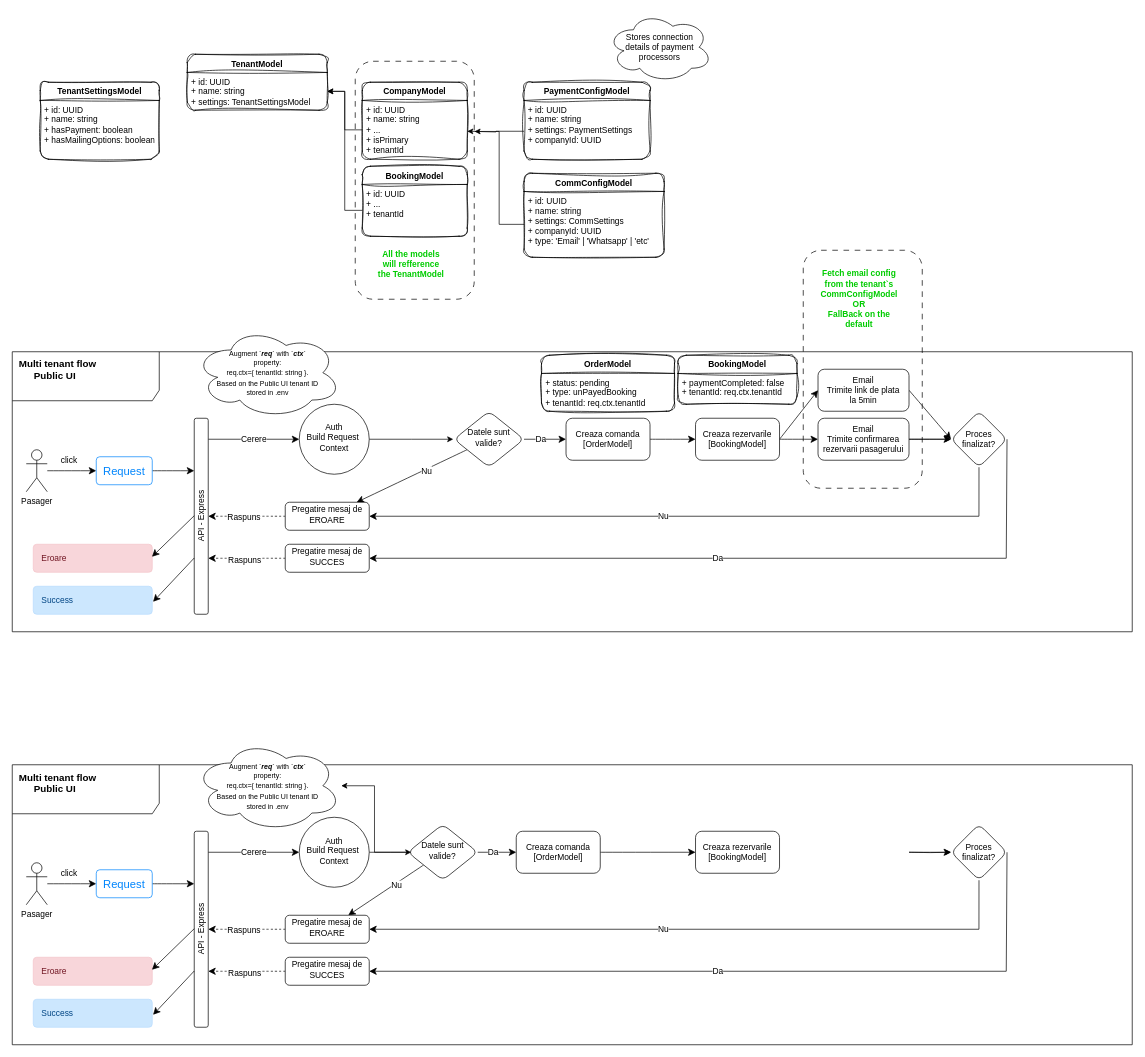
Earlier version of the draw.io diagram page "Multitenant" (4 of 5) of GBS/GBS_Booking_flow.drawio (maxCheptea/Diagrams). Source tidied: cells renumbered, new cells numbered last; positions are measured from the earlier drawing's top-left corner, leaving out a move shared by most shapes. Both pictures are drawn from the tidied source at 70%, with x=0, y=0 at pixel (12, 12).
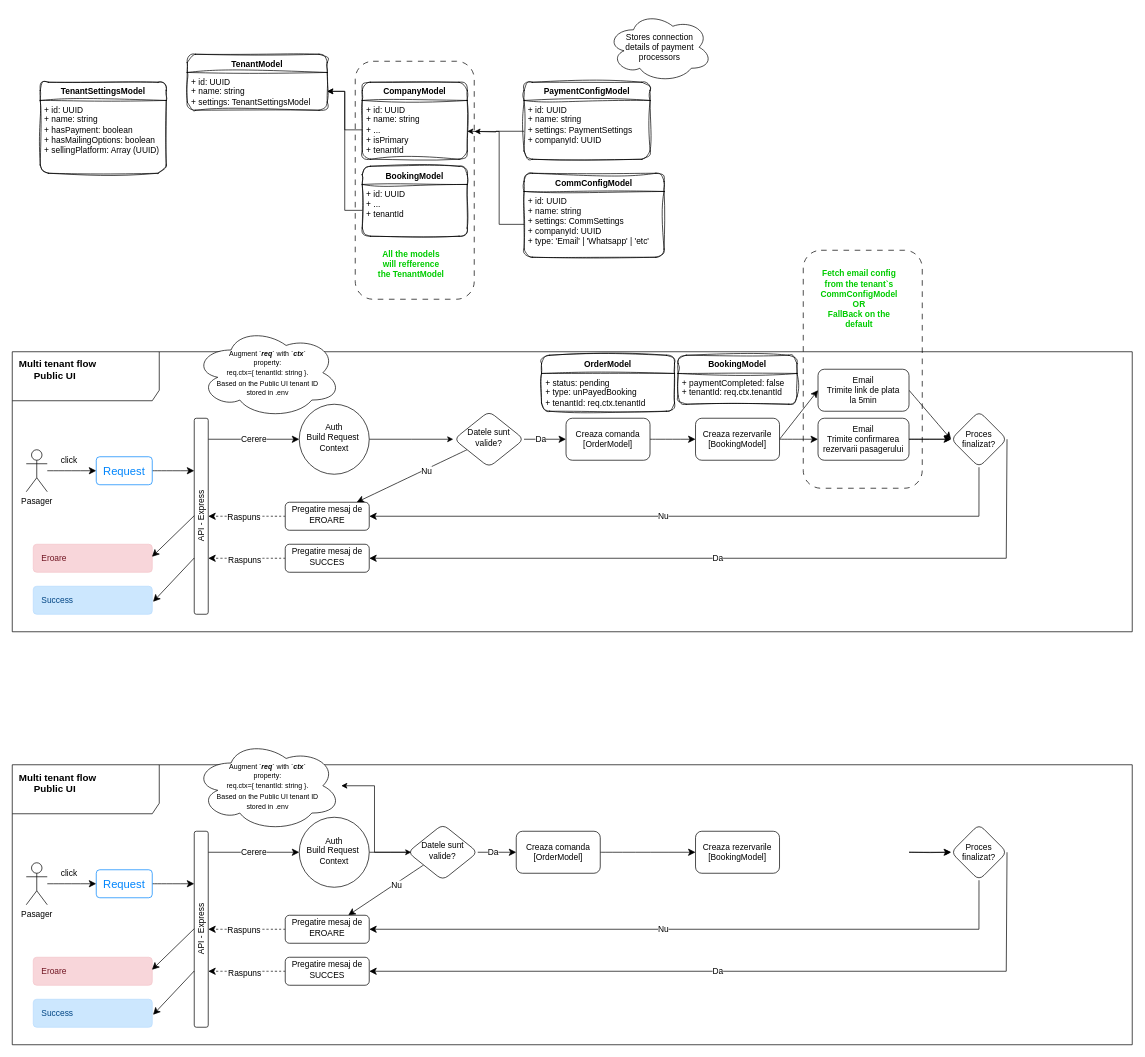
Above is the later version.

What changed in the source:
```diff
@@
     <mxCell id="13" value="TenantSettingsModel" style="swimlane;fontStyle=1;align=center;verticalAlign=top;horizontal=1;startSize=26;whiteSpace=wrap;html=1;rounded=1;sketch=1;curveFitting=1;jiggle=2;labelBackgroundColor=none;" parent="1" vertex="1">
-      <mxGeometry x="40" y="100" width="170" height="110" as="geometry" />
+      <mxGeometry x="40" y="100" width="180" height="130" as="geometry" />
     </mxCell>
-    <mxCell id="14" value="+ id: UUID&lt;div&gt;+ name: string&lt;/div&gt;&lt;div&gt;+ hasPayment: boolean&lt;/div&gt;&lt;div&gt;+ hasMailingOptions: boolean&lt;/div&gt;" style="text;strokeColor=none;fillColor=none;align=left;verticalAlign=top;spacingLeft=4;spacingRight=4;overflow=hidden;whiteSpace=wrap;html=1;labelBackgroundColor=none;" parent="13" vertex="1">
-      <mxGeometry y="26" width="170" height="84" as="geometry" />
+    <mxCell id="14" value="+ id: UUID&lt;div&gt;+ name: string&lt;/div&gt;&lt;div&gt;+ hasPayment: boolean&lt;/div&gt;&lt;div&gt;+ hasMailingOptions: boolean&lt;/div&gt;&lt;div&gt;+ sellingPlatform: Array (UUID)&lt;/div&gt;" style="text;strokeColor=none;fillColor=none;align=left;verticalAlign=top;spacingLeft=4;spacingRight=4;overflow=hidden;whiteSpace=wrap;html=1;labelBackgroundColor=none;" parent="13" vertex="1">
+      <mxGeometry y="26" width="180" height="104" as="geometry" />
     </mxCell>
```
